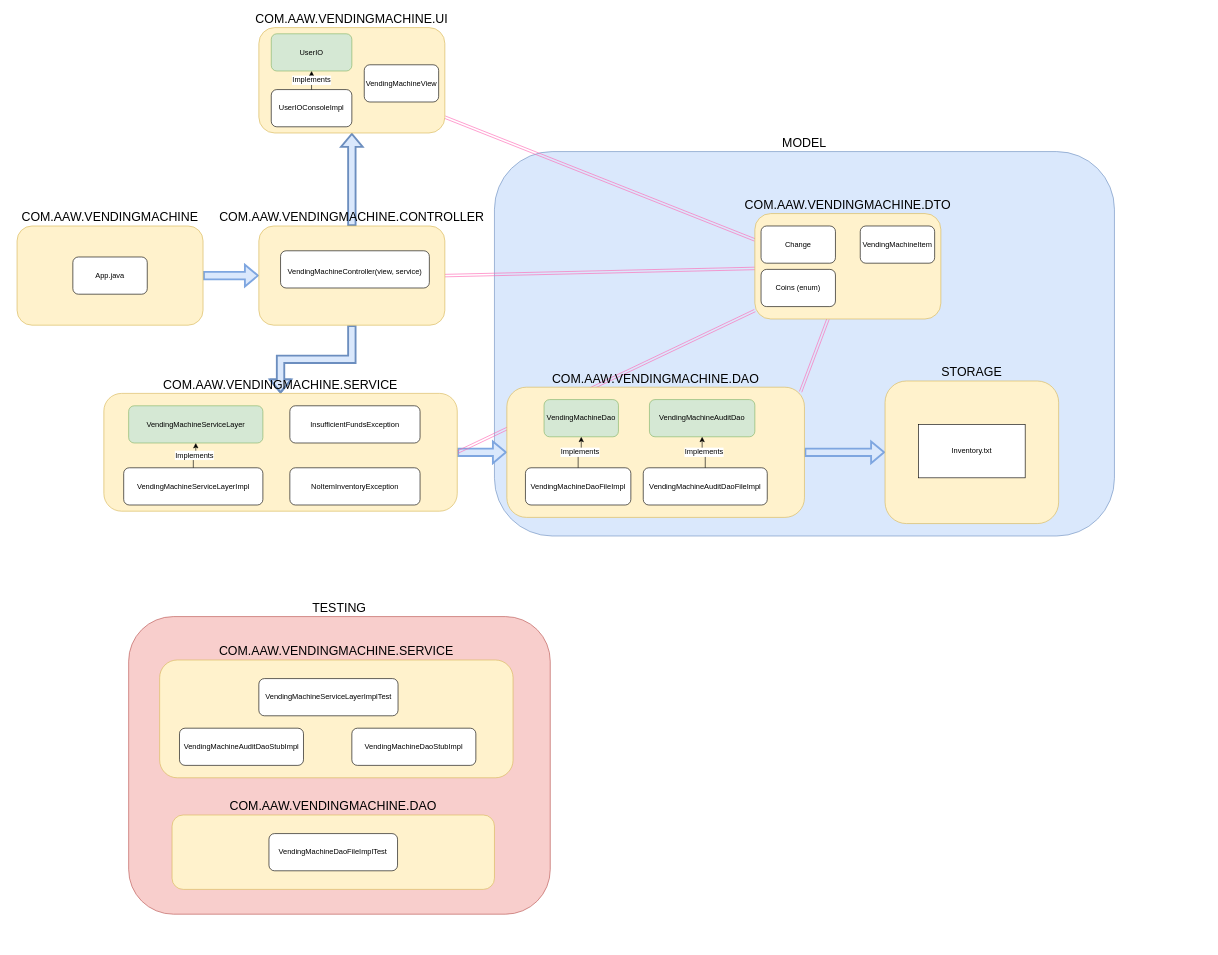
This is page "Design" (1 of 4) of VendingMachineDesign.drawio from The-Software-Guild/vending-machine-assessment-austinwongdev, a draw.io file, before an edit. Source tidied: cells renumbered, new cells numbered last; positions are measured from the earlier drawing's top-left corner, leaving out a move shared by most shapes. Both pictures are drawn from the tidied source at 62%, with x=0, y=0 at pixel (17, 27).
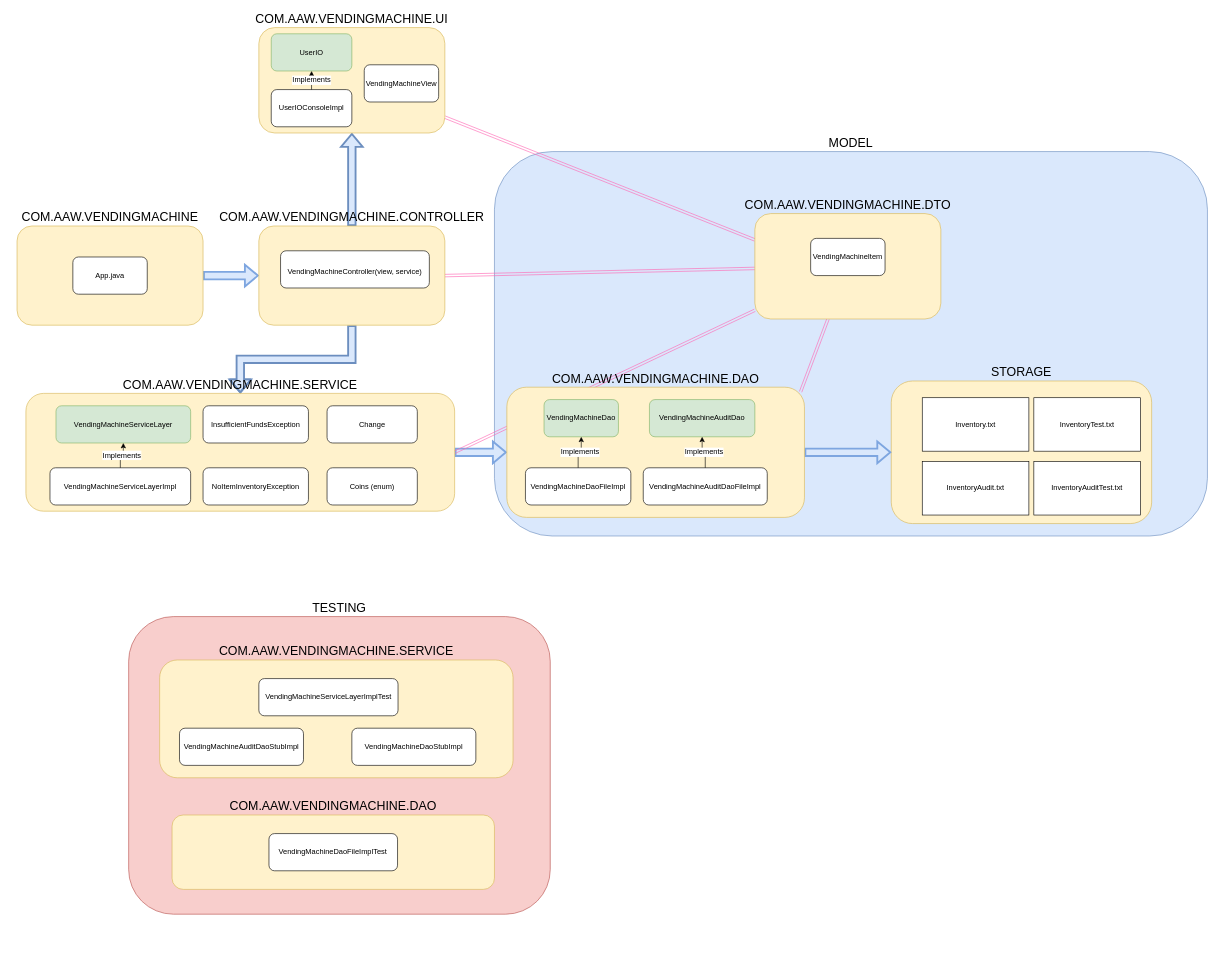
Above is the later version.

The change refers to these unchanged cells:
```xml
<mxCell id="15" style="group;" parent="12" vertex="1">
  <mxGeometry x="1190" y="300" width="300" height="170" as="geometry" />
</mxCell>
<mxCell id="30" value="&lt;font style=&quot;font-size: 20px&quot;&gt;COM.AAW.VENDINGMACHINE.DAO&lt;/font&gt;" style="rounded=1;whiteSpace=wrap;html=1;fillColor=#fff2cc;strokeColor=#d6b656;labelPosition=center;verticalLabelPosition=top;align=center;verticalAlign=bottom;" parent="29" vertex="1">
  <mxGeometry width="480" height="210" as="geometry" />
</mxCell>
```

The edit, as a diff of the source:
```diff
@@
     <mxCell id="2" value="&lt;font style=&quot;font-size: 20px&quot;&gt;MODEL&lt;/font&gt;" style="rounded=1;whiteSpace=wrap;html=1;fontSize=12;labelPosition=center;verticalLabelPosition=top;align=center;verticalAlign=bottom;fillColor=#dae8fc;strokeColor=#6c8ebf;" parent="1" vertex="1">
-      <mxGeometry x="770" y="200" width="1000" height="620" as="geometry" />
+      <mxGeometry x="770" y="200" width="1150" height="620" as="geometry" />
     </mxCell>
@@
-    <mxCell id="7" style="edgeStyle=orthogonalEdgeStyle;shape=flexArrow;rounded=0;jumpStyle=arc;jettySize=auto;html=1;entryX=0;entryY=0.5;entryDx=0;entryDy=0;fontSize=12;strokeColor=#7EA6E0;strokeWidth=3;fillColor=#DAE8FC;" parent="1" edge="1" source="30" target="27">
-      <mxGeometry relative="1" as="geometry" />
-    </mxCell>
@@
+    <mxCell id="60" style="group;" parent="1" vertex="1">
+      <mxGeometry x="1410" y="570" width="430" height="230" as="geometry" />
+    </mxCell>
+    <mxCell id="27" value="STORAGE" style="rounded=1;whiteSpace=wrap;html=1;fillColor=#fff2cc;strokeColor=#d6b656;labelPosition=center;verticalLabelPosition=top;align=center;verticalAlign=bottom;fontSize=20;" parent="60" vertex="1">
+      <mxGeometry width="420" height="230" as="geometry" />
+    </mxCell>
+    <mxCell id="61" value="Inventory.txt" style="rounded=0;whiteSpace=wrap;html=1;fontSize=12;" parent="60" vertex="1">
+      <mxGeometry x="50" y="27" width="172" height="86.2" as="geometry" />
+    </mxCell>
+    <mxCell id="62" value="InventoryAudit.txt" style="rounded=0;whiteSpace=wrap;html=1;fontSize=12;" parent="60" vertex="1">
+      <mxGeometry x="50" y="130" width="172" height="86.2" as="geometry" />
+    </mxCell>
+    <mxCell id="28" value="InventoryTest.txt" style="rounded=0;whiteSpace=wrap;html=1;fontSize=12;" parent="60" vertex="1">
+      <mxGeometry x="230" y="27" width="172" height="86.2" as="geometry" />
+    </mxCell>
+    <mxCell id="63" value="InventoryAuditTest.txt" style="rounded=0;whiteSpace=wrap;html=1;fontSize=12;" parent="60" vertex="1">
+      <mxGeometry x="230" y="130" width="172" height="86.2" as="geometry" />
+    </mxCell>
+    <mxCell id="7" style="edgeStyle=orthogonalEdgeStyle;rounded=0;jettySize=auto;html=1;strokeWidth=3;shape=flexArrow;strokeColor=#7EA6E0;" parent="1" edge="1" source="30" target="27">
+      <mxGeometry relative="1" as="geometry" />
+    </mxCell>
@@
-    <mxCell id="17" value="Change" style="rounded=1;whiteSpace=wrap;html=1;fontFamily=Helvetica;fontSize=12;fontColor=#000000;align=center;strokeColor=#000000;fillColor=#ffffff;" parent="15" vertex="1">
-      <mxGeometry x="10" y="20" width="120" height="60" as="geometry" />
-    </mxCell>
     <mxCell id="18" value="VendingMachineItem" style="rounded=1;whiteSpace=wrap;html=1;fontFamily=Helvetica;fontSize=12;fontColor=#000000;align=center;strokeColor=#000000;fillColor=#ffffff;" parent="15" vertex="1">
-      <mxGeometry x="170" y="20" width="120" height="60" as="geometry" />
+      <mxGeometry x="90" y="40" width="120" height="60" as="geometry" />
     </mxCell>
-    <mxCell id="19" value="Coins (enum)" style="rounded=1;whiteSpace=wrap;html=1;fontSize=12;" parent="15" vertex="1">
-      <mxGeometry x="10" y="90" width="120" height="60" as="geometry" />
-    </mxCell>
@@
-    <mxCell id="26" style="group;" parent="12" vertex="1">
-      <mxGeometry x="1400" y="570" width="430" height="230" as="geometry" />
-    </mxCell>
-    <mxCell id="27" value="STORAGE" style="rounded=1;whiteSpace=wrap;html=1;fillColor=#fff2cc;strokeColor=#d6b656;labelPosition=center;verticalLabelPosition=top;align=center;verticalAlign=bottom;fontSize=20;" parent="26" vertex="1">
-      <mxGeometry width="280" height="230" as="geometry" />
-    </mxCell>
-    <mxCell id="28" value="Inventory.txt" style="rounded=0;whiteSpace=wrap;html=1;fontSize=12;" parent="26" vertex="1">
-      <mxGeometry x="54" y="70" width="172" height="86.2" as="geometry" />
-    </mxCell>
@@
     <mxCell id="37" style="group;" parent="12" vertex="1">
-      <mxGeometry x="120" y="570" width="610" height="230" as="geometry" />
+      <mxGeometry x="-10" y="570" width="740" height="230" as="geometry" />
     </mxCell>
     <mxCell id="38" value="COM.AAW.VENDINGMACHINE.SERVICE" style="rounded=1;whiteSpace=wrap;html=1;fillColor=#fff2cc;strokeColor=#d6b656;labelPosition=center;verticalLabelPosition=top;align=center;verticalAlign=bottom;fontSize=20;" parent="37" vertex="1">
-      <mxGeometry x="20" y="20" width="570" height="190" as="geometry" />
+      <mxGeometry x="24.3" y="20" width="691.5" height="190" as="geometry" />
     </mxCell>
     <mxCell id="39" value="VendingMachineServiceLayer" style="rounded=1;whiteSpace=wrap;html=1;fontSize=12;fillColor=#d5e8d4;strokeColor=#82b366;" parent="37" vertex="1">
-      <mxGeometry x="60" y="40" width="216.5" height="60" as="geometry" />
+      <mxGeometry x="72.8" y="40" width="217.2" height="60" as="geometry" />
     </mxCell>
     <mxCell id="40" value="VendingMachineServiceLayerImpl" style="rounded=1;whiteSpace=wrap;html=1;fontSize=12;" parent="37" vertex="1">
-      <mxGeometry x="52" y="140" width="224.5" height="60" as="geometry" />
+      <mxGeometry x="63.1" y="140" width="226.9" height="60" as="geometry" />
     </mxCell>
@@
     <mxCell id="42" value="InsufficientFundsException" style="rounded=1;whiteSpace=wrap;html=1;fontSize=12;" parent="37" vertex="1">
-      <mxGeometry x="320" y="40" width="210" height="60" as="geometry" />
+      <mxGeometry x="310" y="40" width="170" height="60" as="geometry" />
     </mxCell>
     <mxCell id="43" value="NoItemInventoryException" style="rounded=1;whiteSpace=wrap;html=1;fontSize=12;" parent="37" vertex="1">
-      <mxGeometry x="320" y="140" width="210" height="60" as="geometry" />
+      <mxGeometry x="310" y="140" width="170" height="60" as="geometry" />
     </mxCell>
+    <mxCell id="17" value="Change" style="rounded=1;whiteSpace=wrap;html=1;fontFamily=Helvetica;fontSize=12;fontColor=#000000;align=center;strokeColor=#000000;fillColor=#ffffff;" parent="37" vertex="1">
+      <mxGeometry x="510" y="40" width="145.6" height="60" as="geometry" />
+    </mxCell>
+    <mxCell id="19" value="Coins (enum)" style="rounded=1;whiteSpace=wrap;html=1;fontSize=12;" parent="37" vertex="1">
+      <mxGeometry x="510" y="140" width="145.6" height="60" as="geometry" />
+    </mxCell>
```
